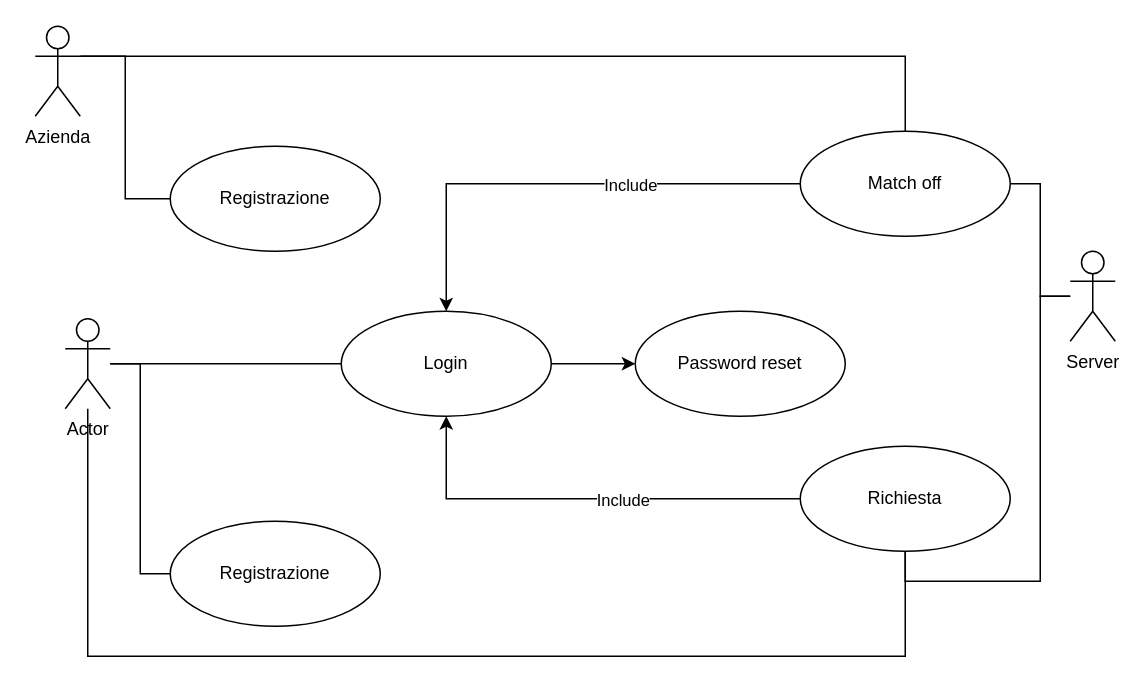
markBatti/TPSIT-serio keeps this draw.io diagram as Es10inClasse.drawio. Above is the earlier version. Source tidied: cells renumbered, new cells numbered last; positions are measured from the earlier drawing's top-left corner, leaving out a move shared by most shapes. Both pictures are drawn from the tidied source at 150%, with x=0, y=0 at pixel (34, 26).
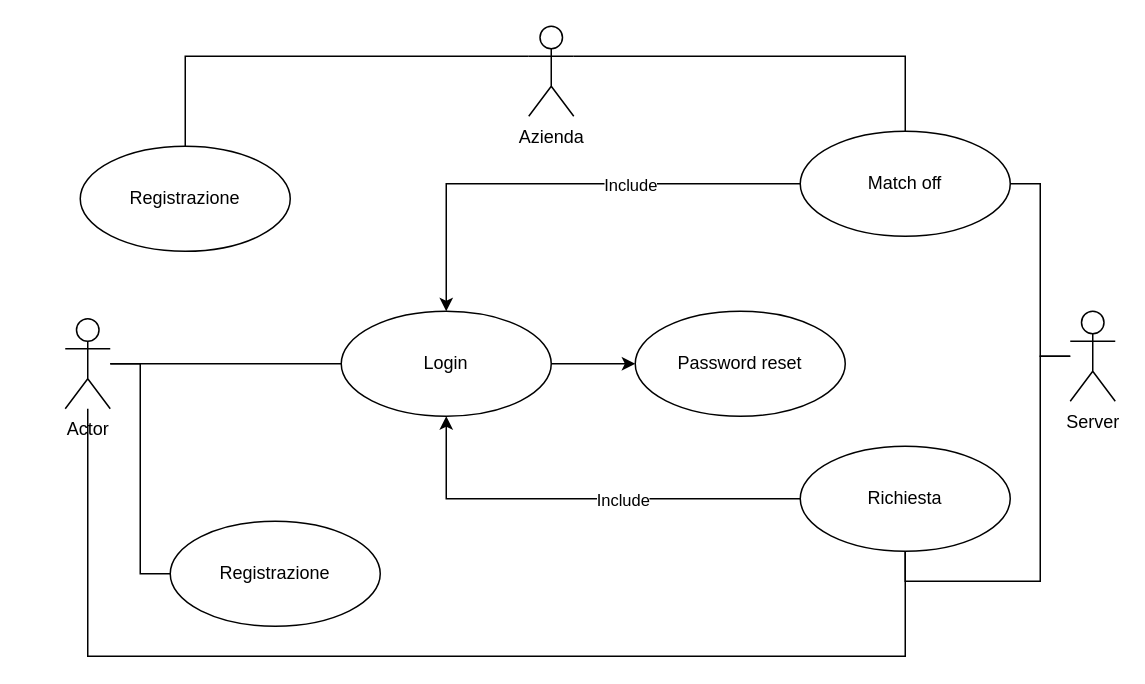
After the change.

Diff of the diagram source:
```diff
@@
     <mxCell id="8" value="Server" style="shape=umlActor;verticalLabelPosition=bottom;verticalAlign=top;html=1;outlineConnect=0;" parent="1" vertex="1">
-      <mxGeometry x="690" y="150" width="30" height="60" as="geometry" />
+      <mxGeometry x="690" y="190" width="30" height="60" as="geometry" />
     </mxCell>
@@
-    <mxCell id="16" style="edgeStyle=orthogonalEdgeStyle;rounded=0;jettySize=auto;html=1;entryX=0;entryY=0.5;entryDx=0;entryDy=0;endArrow=none;endFill=0;" parent="1" edge="1" source="18" target="19">
-      <mxGeometry x="0.07" relative="1" as="geometry">
+    <mxCell id="16" style="edgeStyle=orthogonalEdgeStyle;rounded=0;jettySize=auto;html=1;entryX=0.5;entryY=0;entryDx=0;entryDy=0;endArrow=none;endFill=0;" parent="1" edge="1" source="18" target="19">
+      <mxGeometry x="-0.16" relative="1" as="geometry">
         <Array as="points">
-          <mxPoint x="60" y="20" />
-          <mxPoint x="60" y="115" />
+          <mxPoint x="100" y="20" />
         </Array>
       </mxGeometry>
     </mxCell>
@@
     <mxCell id="18" value="Azienda" style="shape=umlActor;verticalLabelPosition=bottom;verticalAlign=top;html=1;" parent="1" vertex="1">
-      <mxGeometry width="30" height="60" as="geometry" />
+      <mxGeometry x="329" width="30" height="60" as="geometry" />
     </mxCell>
     <mxCell id="19" value="Registrazione" style="ellipse;whiteSpace=wrap;html=1;" parent="1" vertex="1">
-      <mxGeometry x="90" y="80" width="140" height="70" as="geometry" />
+      <mxGeometry x="30" y="80" width="140" height="70" as="geometry" />
     </mxCell>
```
